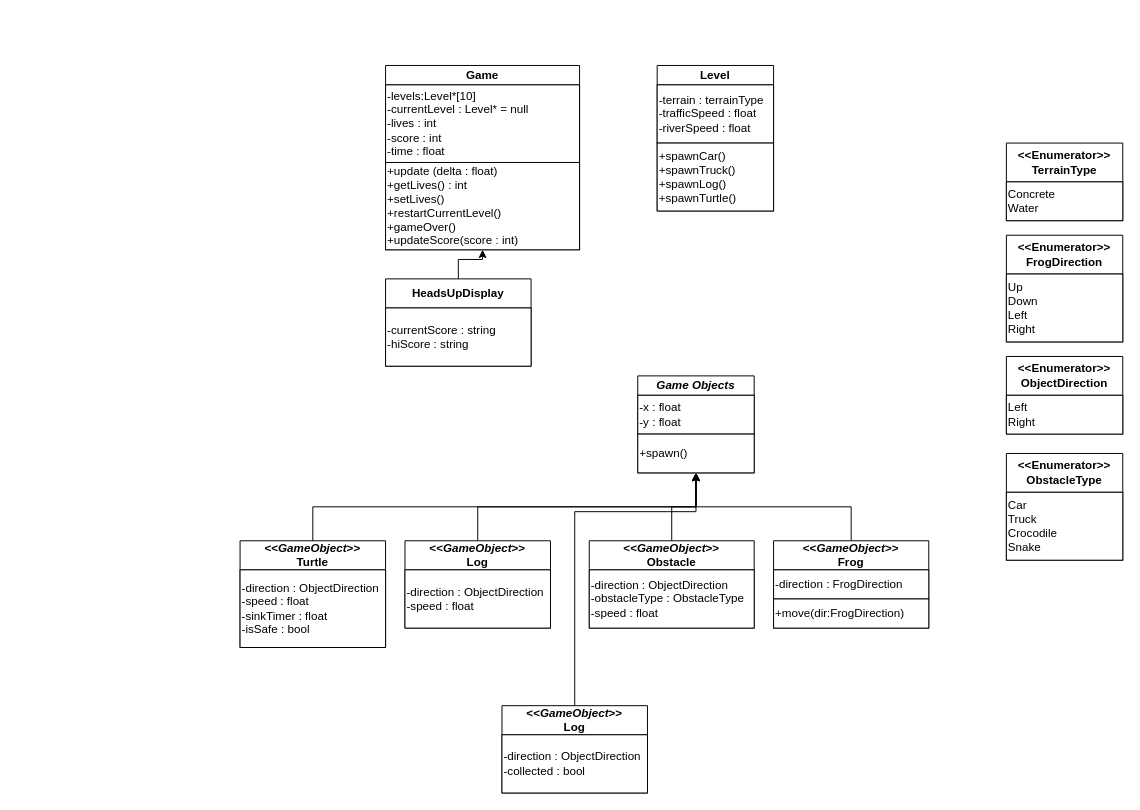
Before: Untitled Diagram.drawio in justingit99/UML, a draw.io diagram. Source tidied: cells renumbered, new cells numbered last; positions are measured from the earlier drawing's top-left corner, leaving out a move shared by most shapes. Both pictures are drawn from the tidied source at 97%, with x=0, y=0 at pixel (240, 65).
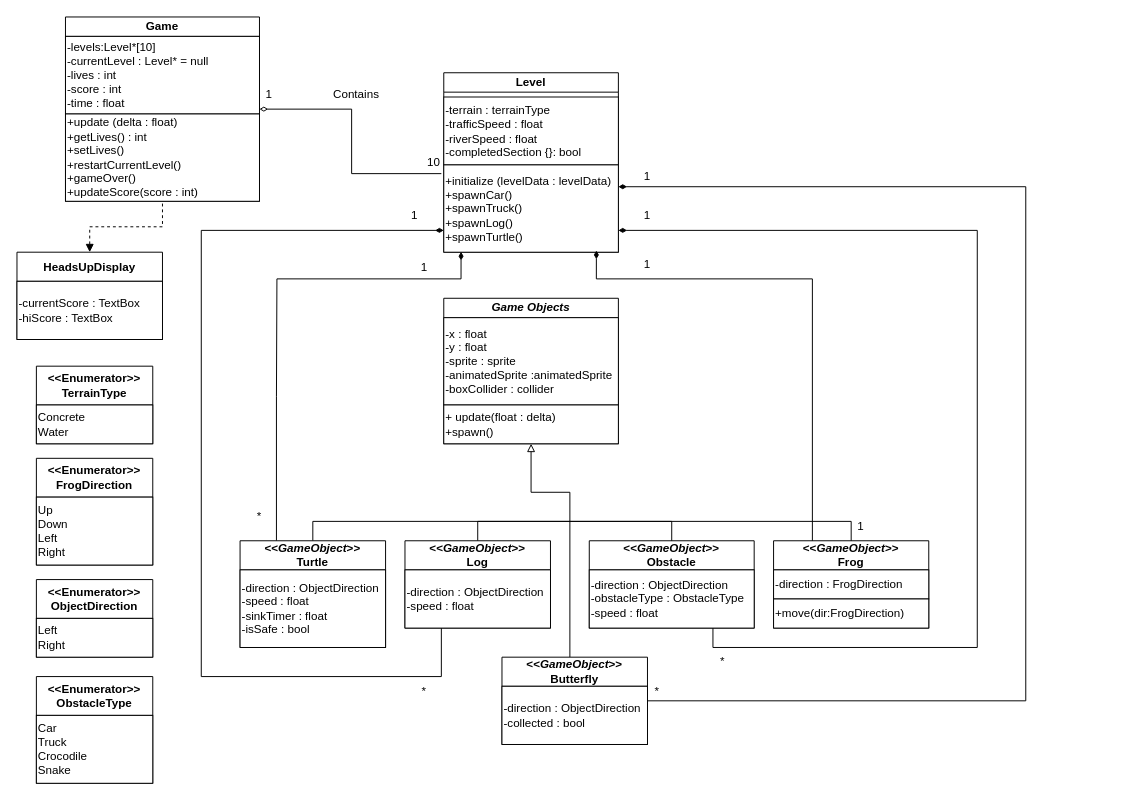
Above is the later version.

Unchanged cells that the change refers to:
```xml
<mxCell id="4" value="&lt;div&gt;+update (delta : float)&lt;/div&gt;+getLives() : int&lt;div&gt;+setLives()&lt;/div&gt;&lt;div&gt;+restartCurrentLevel()&lt;/div&gt;&lt;div&gt;+gameOver()&lt;/div&gt;&lt;div&gt;+updateScore(score : int)&lt;/div&gt;" style="rounded=0;whiteSpace=wrap;html=1;align=left;" parent="2" vertex="1">
  <mxGeometry y="100" width="200" height="90" as="geometry" />
</mxCell>
<mxCell id="12" value="&lt;div&gt;&amp;lt;&amp;lt;&lt;i&gt;GameObject&lt;/i&gt;&amp;gt;&amp;gt;&lt;/div&gt;Frog" style="swimlane;whiteSpace=wrap;html=1;startSize=30;" parent="1" vertex="1">
  <mxGeometry x="550" y="490" width="160" height="90" as="geometry" />
</mxCell>
<mxCell id="20" value="&amp;lt;&amp;lt;&lt;i&gt;GameObject&lt;/i&gt;&amp;gt;&amp;gt;&lt;div&gt;Obstacle&lt;/div&gt;" style="swimlane;whiteSpace=wrap;html=1;startSize=30;" parent="1" vertex="1">
  <mxGeometry x="360" y="490" width="170" height="90" as="geometry" />
</mxCell>
<mxCell id="26" value="&amp;lt;&amp;lt;&lt;i&gt;GameObject&lt;/i&gt;&amp;gt;&amp;gt;&lt;div&gt;Log&lt;/div&gt;" style="swimlane;whiteSpace=wrap;html=1;startSize=30;" parent="1" vertex="1">
  <mxGeometry x="170" y="490" width="150" height="90" as="geometry" />
</mxCell>
<mxCell id="28" value="&amp;lt;&amp;lt;&lt;i&gt;GameObject&lt;/i&gt;&amp;gt;&amp;gt;&lt;div&gt;Turtle&lt;/div&gt;" style="swimlane;whiteSpace=wrap;html=1;startSize=30;" parent="1" vertex="1">
  <mxGeometry y="490" width="150" height="110" as="geometry" />
</mxCell>
<mxCell id="37" value="-direction : ObjectDirection&lt;div&gt;-collected : bool&lt;/div&gt;" style="rounded=0;whiteSpace=wrap;html=1;align=left;" parent="36" vertex="1">
  <mxGeometry y="30" width="150" height="60" as="geometry" />
</mxCell>
```

Diff of the diagram source:
```diff
@@
     <mxCell id="2" value="&lt;div&gt;Game&lt;/div&gt;" style="swimlane;whiteSpace=wrap;html=1;startSize=20;" parent="1" vertex="1">
-      <mxGeometry x="150" width="200" height="190" as="geometry" />
+      <mxGeometry x="-180" y="-50" width="200" height="190" as="geometry" />
     </mxCell>
@@
-    <mxCell id="5" style="edgeStyle=orthogonalEdgeStyle;rounded=0;jettySize=auto;html=1;exitX=0.5;exitY=0;exitDx=0;exitDy=0;" parent="1" edge="1" source="6" target="4">
+    <mxCell id="5" style="edgeStyle=orthogonalEdgeStyle;rounded=0;jettySize=auto;html=1;exitX=0.5;exitY=0;exitDx=0;exitDy=0;startArrow=block;startFill=1;endArrow=none;endFill=0;dashed=1;" parent="1" edge="1" source="6" target="4">
       <mxGeometry relative="1" as="geometry" />
     </mxCell>
     <mxCell id="6" value="HeadsUpDisplay" style="swimlane;whiteSpace=wrap;html=1;startSize=30;" parent="1" vertex="1">
-      <mxGeometry x="150" y="220" width="150" height="90" as="geometry" />
+      <mxGeometry x="-230" y="192.5" width="150" height="90" as="geometry" />
     </mxCell>
-    <mxCell id="7" value="-currentScore : string&lt;div&gt;&lt;span style=&quot;background-color: initial;&quot;&gt;-hiScore : string&lt;/span&gt;&lt;/div&gt;" style="rounded=0;whiteSpace=wrap;html=1;align=left;" parent="6" vertex="1">
+    <mxCell id="7" value="-currentScore : TextBox&lt;div&gt;&lt;span style=&quot;background-color: initial;&quot;&gt;-hiScore : TextBox&lt;/span&gt;&lt;/div&gt;" style="rounded=0;whiteSpace=wrap;html=1;align=left;" parent="6" vertex="1">
       <mxGeometry y="30" width="150" height="60" as="geometry" />
     </mxCell>
     <mxCell id="8" value="Level" style="swimlane;whiteSpace=wrap;html=1;startSize=20;" parent="1" vertex="1">
-      <mxGeometry x="430" width="120" height="150" as="geometry" />
+      <mxGeometry x="210" y="7.5" width="180" height="185" as="geometry" />
     </mxCell>
-    <mxCell id="9" value="-terrain : terrainType&lt;div&gt;-trafficSpeed : float&lt;/div&gt;&lt;div&gt;-riverSpeed : float&lt;/div&gt;" style="rounded=0;whiteSpace=wrap;html=1;align=left;" parent="8" vertex="1">
-      <mxGeometry y="20" width="120" height="60" as="geometry" />
+    <mxCell id="9" value="-terrain : terrainType&lt;div&gt;-trafficSpeed : float&lt;/div&gt;&lt;div&gt;-riverSpeed : float&lt;/div&gt;&lt;div&gt;-completedSection {}: bool&lt;/div&gt;" style="rounded=0;whiteSpace=wrap;html=1;align=left;" parent="8" vertex="1">
+      <mxGeometry y="25" width="180" height="70" as="geometry" />
     </mxCell>
-    <mxCell id="10" value="+spawnCar()&lt;div&gt;+spawnTruck()&lt;/div&gt;&lt;div&gt;+spawnLog()&lt;/div&gt;&lt;div&gt;+spawnTurtle()&lt;/div&gt;" style="rounded=0;whiteSpace=wrap;html=1;align=left;" parent="8" vertex="1">
-      <mxGeometry y="80" width="120" height="70" as="geometry" />
+    <mxCell id="10" value="+initialize (levelData : levelData)&lt;div&gt;+spawnCar()&lt;div&gt;+spawnTruck()&lt;/div&gt;&lt;div&gt;+spawnLog()&lt;/div&gt;&lt;div&gt;+spawnTurtle()&lt;/div&gt;&lt;/div&gt;" style="rounded=0;whiteSpace=wrap;html=1;align=left;" parent="8" vertex="1">
+      <mxGeometry y="95" width="180" height="90" as="geometry" />
     </mxCell>
-    <mxCell id="11" style="edgeStyle=orthogonalEdgeStyle;rounded=0;jettySize=auto;html=1;exitX=0.5;exitY=0;exitDx=0;exitDy=0;entryX=0.5;entryY=1;entryDx=0;entryDy=0;" parent="1" edge="1" source="12" target="22">
-      <mxGeometry relative="1" as="geometry" />
-    </mxCell>
@@
     <mxCell id="15" value="&amp;lt;&amp;lt;Enumerator&lt;span style=&quot;background-color: initial;&quot;&gt;&amp;gt;&amp;gt;&lt;/span&gt;&lt;div&gt;TerrainType&lt;/div&gt;" style="swimlane;whiteSpace=wrap;html=1;startSize=40;" parent="1" vertex="1">
-      <mxGeometry x="790" y="80" width="120" height="80" as="geometry" />
+      <mxGeometry x="-210" y="310" width="120" height="80" as="geometry" />
     </mxCell>
@@
     <mxCell id="17" value="&amp;lt;&amp;lt;Enumerator&amp;gt;&amp;gt;&lt;div&gt;FrogDirection&lt;/div&gt;" style="swimlane;whiteSpace=wrap;html=1;startSize=40;" parent="1" vertex="1">
-      <mxGeometry x="790" y="175" width="120" height="110" as="geometry" />
+      <mxGeometry x="-210" y="405" width="120" height="110" as="geometry" />
     </mxCell>
@@
-    <mxCell id="19" style="edgeStyle=orthogonalEdgeStyle;rounded=0;jettySize=auto;html=1;exitX=0.5;exitY=0;exitDx=0;exitDy=0;entryX=0.5;entryY=1;entryDx=0;entryDy=0;" parent="1" edge="1" source="20" target="24">
-      <mxGeometry relative="1" as="geometry" />
-    </mxCell>
+    <mxCell id="38" style="edgeStyle=orthogonalEdgeStyle;rounded=0;jettySize=auto;html=1;exitX=0.75;exitY=1;exitDx=0;exitDy=0;entryX=1;entryY=0.75;entryDx=0;entryDy=0;endArrow=diamondThin;endFill=1;" parent="1" edge="1" source="20" target="10">
+      <mxGeometry relative="1" as="geometry">
+        <Array as="points">
+          <mxPoint x="488" y="600" />
+          <mxPoint x="760" y="600" />
+          <mxPoint x="760" y="170" />
+        </Array>
+      </mxGeometry>
+    </mxCell>
@@
     <mxCell id="22" value="&lt;i&gt;Game Objects&lt;/i&gt;" style="swimlane;whiteSpace=wrap;html=1;startSize=20;" parent="1" vertex="1">
-      <mxGeometry x="410" y="320" width="120" height="100" as="geometry" />
+      <mxGeometry x="210" y="240" width="180" height="150" as="geometry" />
     </mxCell>
-    <mxCell id="23" value="-x : float&lt;div&gt;-y : float&lt;/div&gt;" style="rounded=0;whiteSpace=wrap;html=1;align=left;" parent="22" vertex="1">
-      <mxGeometry y="20" width="120" height="40" as="geometry" />
+    <mxCell id="23" value="-x : float&lt;div&gt;-y : float&lt;/div&gt;&lt;div&gt;-sprite : sprite&lt;/div&gt;&lt;div&gt;-animatedSprite :animatedSprite&lt;/div&gt;&lt;div&gt;-boxCollider : collider&lt;/div&gt;" style="rounded=0;whiteSpace=wrap;html=1;align=left;" parent="22" vertex="1">
+      <mxGeometry y="20" width="180" height="90" as="geometry" />
     </mxCell>
-    <mxCell id="24" value="+spawn()" style="rounded=0;whiteSpace=wrap;html=1;align=left;" parent="22" vertex="1">
-      <mxGeometry y="60" width="120" height="40" as="geometry" />
+    <mxCell id="24" value="&lt;div&gt;+ update(float&amp;nbsp;&lt;span style=&quot;background-color: initial;&quot;&gt;: delta)&lt;/span&gt;&lt;/div&gt;+spawn()" style="rounded=0;whiteSpace=wrap;html=1;align=left;" parent="22" vertex="1">
+      <mxGeometry y="110" width="180" height="40" as="geometry" />
     </mxCell>
-    <mxCell id="25" style="edgeStyle=orthogonalEdgeStyle;rounded=0;jettySize=auto;html=1;exitX=0.5;exitY=0;exitDx=0;exitDy=0;entryX=0.5;entryY=1;entryDx=0;entryDy=0;" parent="1" edge="1" source="26" target="24">
-      <mxGeometry relative="1" as="geometry" />
-    </mxCell>
+    <mxCell id="39" style="edgeStyle=orthogonalEdgeStyle;rounded=0;jettySize=auto;html=1;exitX=0.5;exitY=0;exitDx=0;exitDy=0;entryX=0.5;entryY=0;entryDx=0;entryDy=0;endArrow=none;endFill=0;" parent="1" edge="1" source="26" target="20">
+      <mxGeometry relative="1" as="geometry" />
+    </mxCell>
+    <mxCell id="40" style="edgeStyle=orthogonalEdgeStyle;rounded=0;jettySize=auto;html=1;exitX=0.25;exitY=1;exitDx=0;exitDy=0;entryX=0;entryY=0.75;entryDx=0;entryDy=0;endArrow=diamondThin;endFill=1;" parent="1" edge="1" source="26" target="10">
+      <mxGeometry relative="1" as="geometry">
+        <Array as="points">
+          <mxPoint x="208" y="630" />
+          <mxPoint x="-40" y="630" />
+          <mxPoint x="-40" y="170" />
+        </Array>
+      </mxGeometry>
+    </mxCell>
@@
+    <mxCell id="41" style="edgeStyle=orthogonalEdgeStyle;rounded=0;jettySize=auto;html=1;exitX=0.5;exitY=0;exitDx=0;exitDy=0;entryX=0.5;entryY=0;entryDx=0;entryDy=0;endArrow=none;endFill=0;" parent="1" edge="1" source="28" target="12">
+      <mxGeometry relative="1" as="geometry" />
+    </mxCell>
+    <mxCell id="42" style="edgeStyle=orthogonalEdgeStyle;rounded=0;jettySize=auto;html=1;exitX=0.25;exitY=0;exitDx=0;exitDy=0;entryX=0.099;entryY=0.996;entryDx=0;entryDy=0;endArrow=diamondThin;endFill=1;entryPerimeter=0;" parent="1" edge="1" source="28" target="10">
+      <mxGeometry relative="1" as="geometry">
+        <Array as="points">
+          <mxPoint x="38" y="341" />
+          <mxPoint x="38" y="220" />
+          <mxPoint x="228" y="220" />
+        </Array>
+      </mxGeometry>
+    </mxCell>
@@
     <mxCell id="30" value="&amp;lt;&amp;lt;Enumerator&amp;gt;&amp;gt;&lt;div&gt;ObjectDirection&lt;/div&gt;" style="swimlane;whiteSpace=wrap;html=1;startSize=40;" parent="1" vertex="1">
-      <mxGeometry x="790" y="300" width="120" height="80" as="geometry" />
+      <mxGeometry x="-210" y="530" width="120" height="80" as="geometry" />
     </mxCell>
@@
     <mxCell id="32" value="&amp;lt;&amp;lt;Enumerator&amp;gt;&amp;gt;&lt;div&gt;ObstacleType&lt;/div&gt;" style="swimlane;whiteSpace=wrap;html=1;startSize=40;" parent="1" vertex="1">
-      <mxGeometry x="790" y="400" width="120" height="110" as="geometry" />
+      <mxGeometry x="-210" y="630" width="120" height="110" as="geometry" />
     </mxCell>
@@
-    <mxCell id="34" style="edgeStyle=orthogonalEdgeStyle;rounded=0;jettySize=auto;html=1;exitX=0.5;exitY=0;exitDx=0;exitDy=0;entryX=0.5;entryY=1;entryDx=0;entryDy=0;" parent="1" edge="1" source="28" target="24">
-      <mxGeometry relative="1" as="geometry" />
-    </mxCell>
-    <mxCell id="35" style="edgeStyle=orthogonalEdgeStyle;rounded=0;jettySize=auto;html=1;exitX=0.5;exitY=0;exitDx=0;exitDy=0;entryX=0.5;entryY=1;entryDx=0;entryDy=0;" parent="1" edge="1" source="36" target="22">
+    <mxCell id="35" style="edgeStyle=orthogonalEdgeStyle;rounded=0;jettySize=auto;html=1;exitX=0.5;exitY=0;exitDx=0;exitDy=0;entryX=0.5;entryY=1;entryDx=0;entryDy=0;endArrow=block;endFill=0;" parent="1" edge="1" target="22">
       <mxGeometry relative="1" as="geometry">
+        <mxPoint x="340" y="610" as="sourcePoint" />
         <Array as="points">
-          <mxPoint x="345" y="460" />
-          <mxPoint x="470" y="460" />
+          <mxPoint x="340" y="440" />
+          <mxPoint x="300" y="440" />
         </Array>
       </mxGeometry>
     </mxCell>
-    <mxCell id="36" value="&amp;lt;&amp;lt;&lt;i&gt;GameObject&lt;/i&gt;&amp;gt;&amp;gt;&lt;div&gt;Log&lt;/div&gt;" style="swimlane;whiteSpace=wrap;html=1;startSize=30;" parent="1" vertex="1">
-      <mxGeometry x="270" y="660" width="150" height="90" as="geometry" />
+    <mxCell id="36" value="&amp;lt;&amp;lt;&lt;i&gt;GameObject&lt;/i&gt;&amp;gt;&amp;gt;&lt;div&gt;Butterfly&lt;/div&gt;" style="swimlane;whiteSpace=wrap;html=1;startSize=30;" parent="1" vertex="1">
+      <mxGeometry x="270" y="610" width="150" height="90" as="geometry" />
     </mxCell>
@@
+    <mxCell id="43" style="edgeStyle=orthogonalEdgeStyle;rounded=0;jettySize=auto;html=1;exitX=1;exitY=0.5;exitDx=0;exitDy=0;entryX=-0.014;entryY=0.1;entryDx=0;entryDy=0;entryPerimeter=0;endArrow=none;endFill=0;startArrow=diamondThin;startFill=0;sourcePerimeterSpacing=0;" parent="1" edge="1" source="2" target="10">
+      <mxGeometry relative="1" as="geometry" />
+    </mxCell>
+    <mxCell id="44" style="edgeStyle=orthogonalEdgeStyle;rounded=0;jettySize=auto;html=1;exitX=0.25;exitY=0;exitDx=0;exitDy=0;endArrow=diamondThin;endFill=1;jumpSize=6;entryX=0.874;entryY=0.981;entryDx=0;entryDy=0;entryPerimeter=0;" parent="1" edge="1" source="12" target="10">
+      <mxGeometry relative="1" as="geometry">
+        <Array as="points">
+          <mxPoint x="590" y="220" />
+          <mxPoint x="367" y="220" />
+        </Array>
+      </mxGeometry>
+    </mxCell>
+    <mxCell id="45" value="1" style="text;html=1;align=center;verticalAlign=middle;whiteSpace=wrap;rounded=0;" parent="1" vertex="1">
+      <mxGeometry x="610" y="460" width="60" height="30" as="geometry" />
+    </mxCell>
+    <mxCell id="46" value="*" style="text;html=1;align=center;verticalAlign=middle;whiteSpace=wrap;rounded=0;" parent="1" vertex="1">
+      <mxGeometry x="490" y="600" width="15" height="30" as="geometry" />
+    </mxCell>
+    <mxCell id="47" value="*" style="text;html=1;align=center;verticalAlign=middle;whiteSpace=wrap;rounded=0;" parent="1" vertex="1">
+      <mxGeometry x="180" y="630" width="20" height="30" as="geometry" />
+    </mxCell>
+    <mxCell id="48" value="*" style="text;html=1;align=center;verticalAlign=middle;whiteSpace=wrap;rounded=0;" parent="1" vertex="1">
+      <mxGeometry x="10" y="450" width="20" height="30" as="geometry" />
+    </mxCell>
+    <mxCell id="49" value="1" style="text;html=1;align=center;verticalAlign=middle;whiteSpace=wrap;rounded=0;" parent="1" vertex="1">
+      <mxGeometry y="15" width="60" height="30" as="geometry" />
+    </mxCell>
+    <mxCell id="50" value="10" style="text;html=1;align=center;verticalAlign=middle;whiteSpace=wrap;rounded=0;" parent="1" vertex="1">
+      <mxGeometry x="170" y="85" width="60" height="30" as="geometry" />
+    </mxCell>
+    <mxCell id="51" value="Contains" style="text;html=1;align=center;verticalAlign=middle;whiteSpace=wrap;rounded=0;" parent="1" vertex="1">
+      <mxGeometry x="90" y="15" width="60" height="30" as="geometry" />
+    </mxCell>
+    <mxCell id="52" style="edgeStyle=orthogonalEdgeStyle;rounded=0;jettySize=auto;html=1;exitX=1;exitY=0.25;exitDx=0;exitDy=0;entryX=1;entryY=0.25;entryDx=0;entryDy=0;endArrow=diamondThin;endFill=1;" parent="1" edge="1" source="37" target="10">
+      <mxGeometry relative="1" as="geometry">
+        <Array as="points">
+          <mxPoint x="810" y="655" />
+          <mxPoint x="810" y="125" />
+        </Array>
+      </mxGeometry>
+    </mxCell>
+    <mxCell id="53" value="*" style="text;html=1;align=center;verticalAlign=middle;whiteSpace=wrap;rounded=0;" parent="1" vertex="1">
+      <mxGeometry x="420" y="630" width="20" height="30" as="geometry" />
+    </mxCell>
+    <mxCell id="54" value="1" style="text;html=1;align=center;verticalAlign=middle;whiteSpace=wrap;rounded=0;" parent="1" vertex="1">
+      <mxGeometry x="150" y="140" width="60" height="30" as="geometry" />
+    </mxCell>
+    <mxCell id="55" value="1" style="text;html=1;align=center;verticalAlign=middle;whiteSpace=wrap;rounded=0;" parent="1" vertex="1">
+      <mxGeometry x="160" y="192.5" width="60" height="30" as="geometry" />
+    </mxCell>
+    <mxCell id="56" value="1" style="text;html=1;align=center;verticalAlign=middle;whiteSpace=wrap;rounded=0;" parent="1" vertex="1">
+      <mxGeometry x="390" y="100" width="60" height="30" as="geometry" />
+    </mxCell>
+    <mxCell id="57" value="1" style="text;html=1;align=center;verticalAlign=middle;whiteSpace=wrap;rounded=0;" parent="1" vertex="1">
+      <mxGeometry x="390" y="140" width="60" height="30" as="geometry" />
+    </mxCell>
+    <mxCell id="58" value="1" style="text;html=1;align=center;verticalAlign=middle;whiteSpace=wrap;rounded=0;" parent="1" vertex="1">
+      <mxGeometry x="390" y="190" width="60" height="30" as="geometry" />
+    </mxCell>
```
